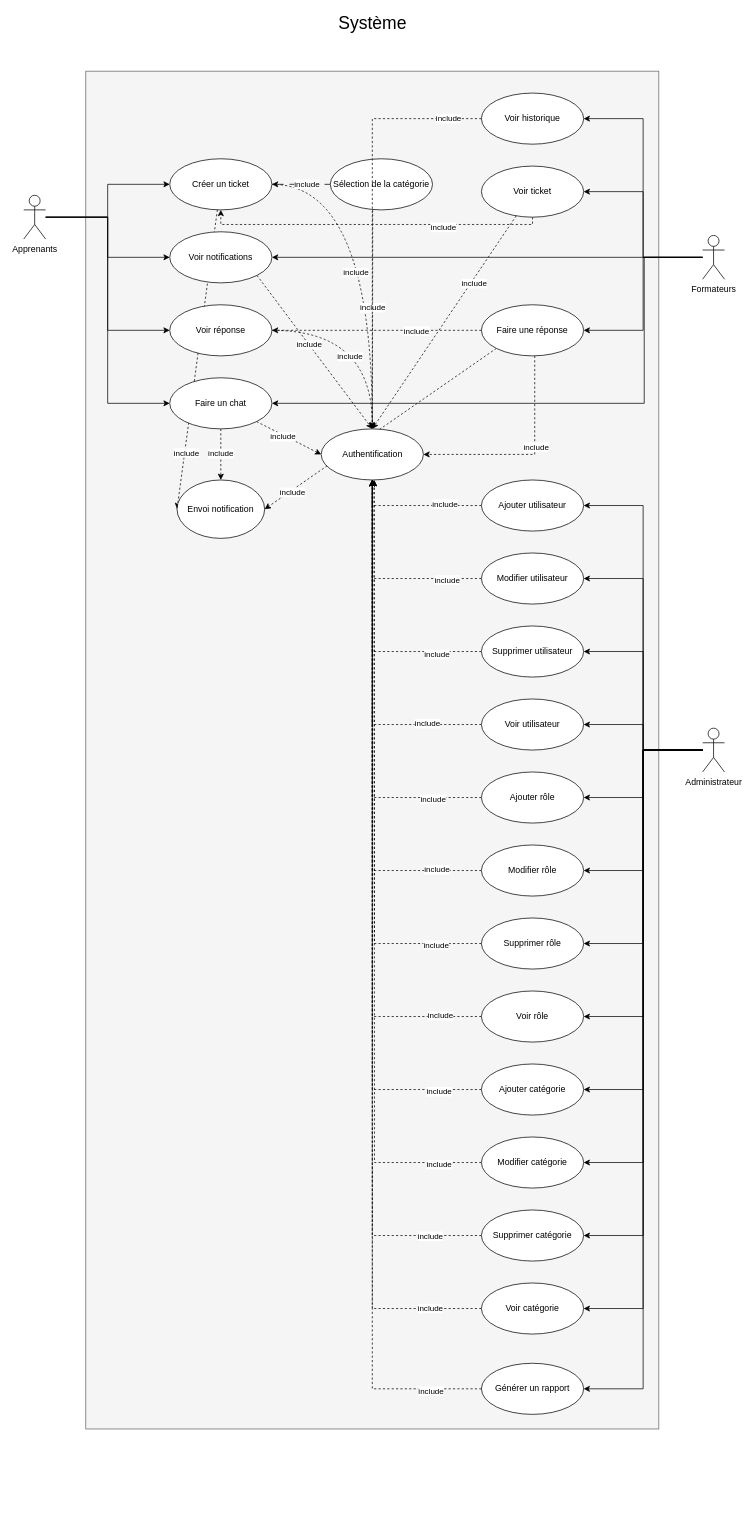
Above: page "Cas d'Utilisation" (1 of 5) of learnandconnect.drawio in reyptz/learnandconnectUML (draw.io), before the change. Source tidied: cells renumbered, new cells numbered last; positions are measured from the earlier drawing's top-left corner, leaving out a move shared by most shapes. Both pictures are drawn from the tidied source at 73%, with x=0, y=0 at pixel (23, 12).
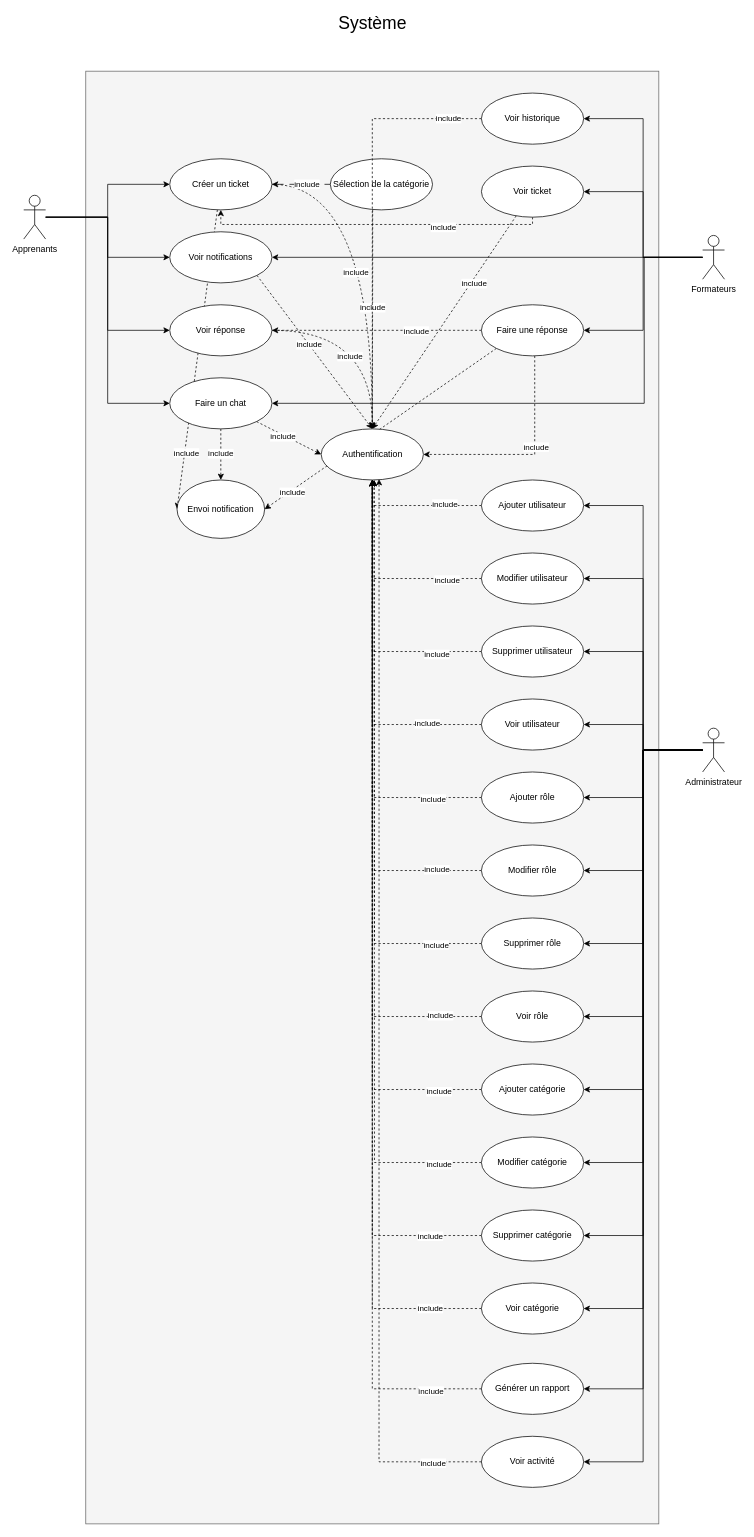
After the change.

Commit message:
Mettre à jour learnandconnect Activité.drawio

Unchanged cells that the change refers to:
```xml
<mxCell id="28" value="Administrateur" style="shape=umlActor;verticalLabelPosition=bottom;verticalAlign=top;html=1;outlineConnect=0;" parent="1" vertex="1">
  <mxGeometry x="930" y="980" width="30" height="60" as="geometry" />
</mxCell>
<mxCell id="86" value="Authentification" style="ellipse;whiteSpace=wrap;html=1;" parent="1" vertex="1">
  <mxGeometry x="407.5" y="570" width="140" height="70" as="geometry" />
</mxCell>
```

The edit, as a diff of the source:
```diff
@@
     <mxCell id="2" style="rounded=0;whiteSpace=wrap;html=1;fillColor=#f5f5f5;fontColor=#333333;strokeColor=#666666;" parent="1" vertex="1">
-      <mxGeometry x="85" y="80" width="785" height="1860" as="geometry" />
+      <mxGeometry x="85" y="80" width="785" height="1990" as="geometry" />
     </mxCell>
@@
+    <mxCell id="106" style="edgeStyle=orthogonalEdgeStyle;rounded=0;jettySize=auto;html=1;entryX=1;entryY=0.5;entryDx=0;entryDy=0;" parent="1" edge="1" source="28" target="107">
+      <mxGeometry relative="1" as="geometry" />
+    </mxCell>
@@
+    <mxCell id="107" value="Voir activité" style="ellipse;whiteSpace=wrap;html=1;" parent="1" vertex="1">
+      <mxGeometry x="627" y="1950" width="140" height="70" as="geometry" />
+    </mxCell>
+    <mxCell id="108" style="edgeStyle=orthogonalEdgeStyle;rounded=0;jettySize=auto;html=1;entryX=0.566;entryY=0.983;entryDx=0;entryDy=0;entryPerimeter=0;dashed=1;" parent="1" edge="1" source="107" target="86">
+      <mxGeometry relative="1" as="geometry" />
+    </mxCell>
+    <mxCell id="109" value="include" style="edgeLabel;html=1;align=center;verticalAlign=middle;" parent="108" vertex="1">
+      <mxGeometry x="-0.91" y="1" relative="1" as="geometry" />
+    </mxCell>
```
